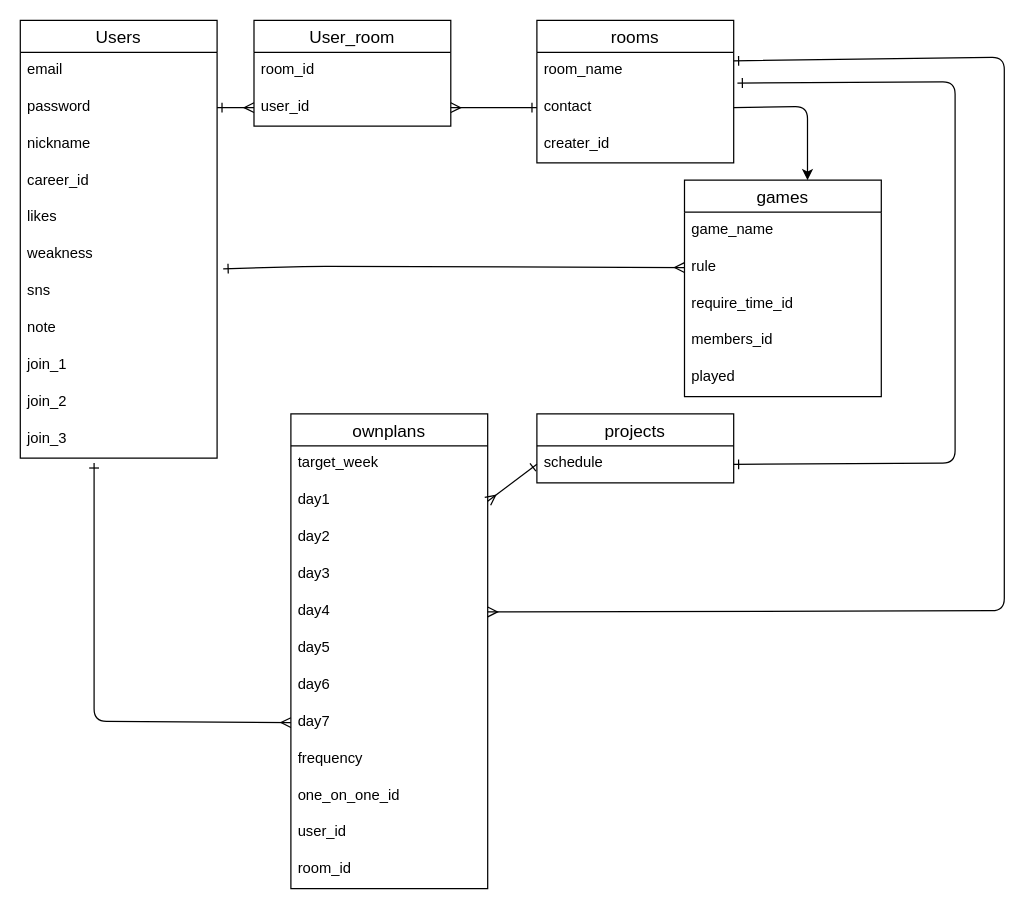
This is bgcafe.dio from Toshiki-Ichi/bgcafe, a draw.io file, before an edit. Source tidied: cells renumbered, new cells numbered last; positions are measured from the earlier drawing's top-left corner, leaving out a move shared by most shapes. Both pictures are drawn from the tidied source at 123%, with x=0, y=0 at pixel (20, 20).
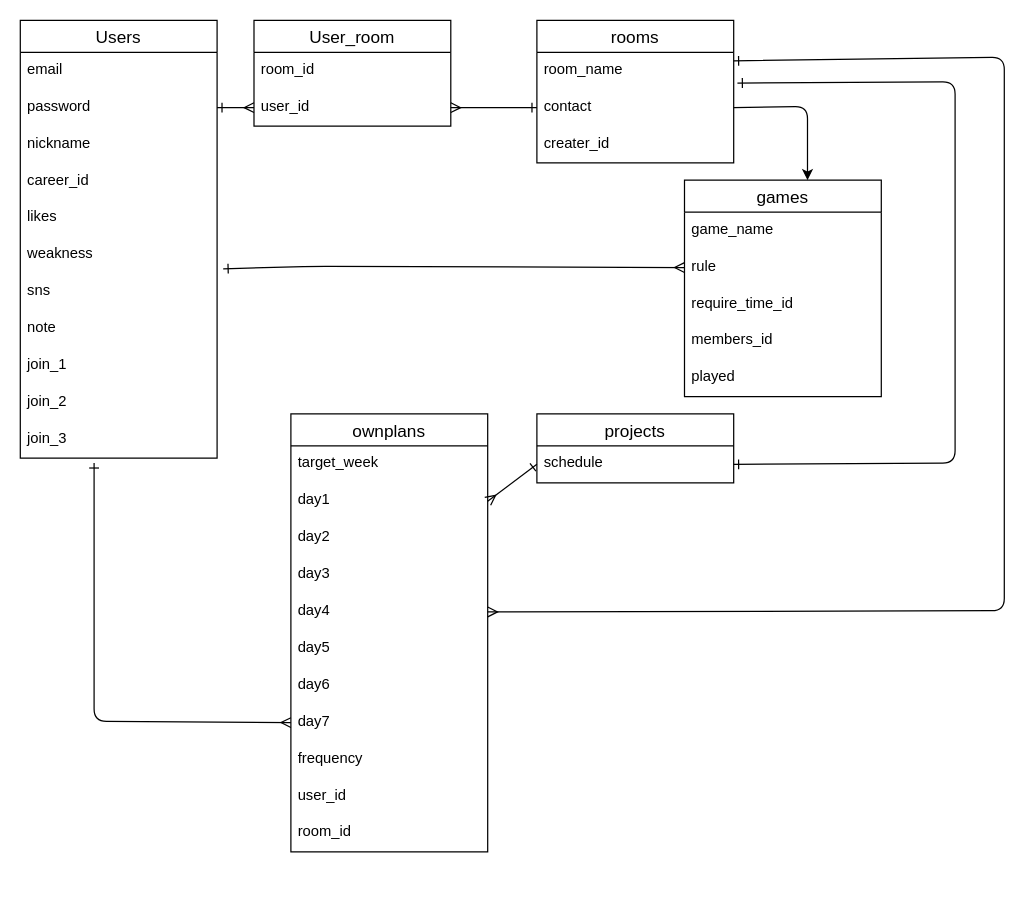
The same page after the edit.

Diff of the diagram source:
```diff
@@
     <mxCell id="24" value="ownplans" style="swimlane;fontStyle=0;horizontal=1;startSize=26;align=center;fontSize=14;" parent="1" vertex="1">
-      <mxGeometry x="220" y="320" width="160" height="386" as="geometry" />
+      <mxGeometry x="220" y="320" width="160" height="356" as="geometry" />
     </mxCell>
@@
-    <mxCell id="34" value="one_on_one_id" style="text;strokeColor=none;fillColor=none;spacingLeft=4;spacingRight=4;overflow=hidden;fontSize=12;" parent="24" vertex="1">
-      <mxGeometry y="296" width="160" height="30" as="geometry" />
-    </mxCell>
     <mxCell id="35" value="user_id" style="text;strokeColor=none;fillColor=none;spacingLeft=4;spacingRight=4;overflow=hidden;fontSize=12;" parent="24" vertex="1">
-      <mxGeometry y="326" width="160" height="30" as="geometry" />
+      <mxGeometry y="296" width="160" height="30" as="geometry" />
     </mxCell>
     <mxCell id="36" value="room_id" style="text;strokeColor=none;fillColor=none;spacingLeft=4;spacingRight=4;overflow=hidden;fontSize=12;" parent="24" vertex="1">
-      <mxGeometry y="356" width="160" height="30" as="geometry" />
+      <mxGeometry y="326" width="160" height="30" as="geometry" />
     </mxCell>
```
